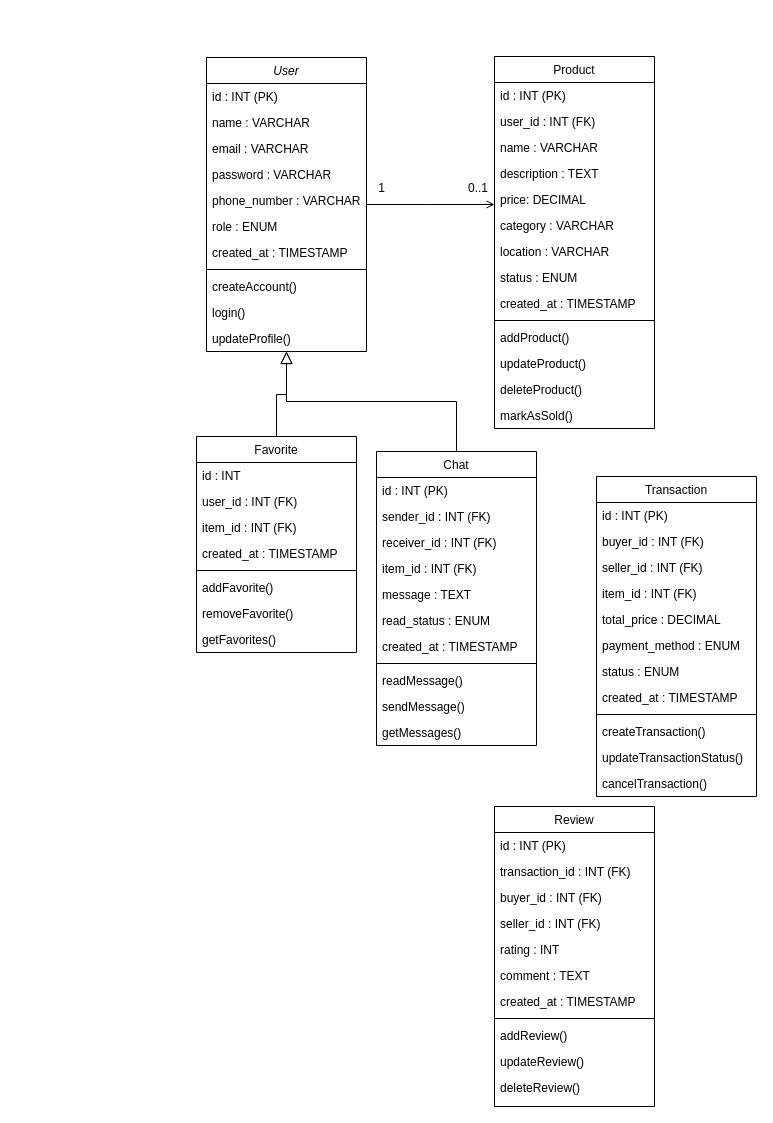
Above: Untitled Diagram.drawio in Al1en131/Note-App (draw.io), before the change. Source tidied: cells renumbered, new cells numbered last; positions are measured from the earlier drawing's top-left corner, leaving out a move shared by most shapes. Both pictures are drawn from the tidied source at 100%, with x=0, y=0 at pixel (196, 56).
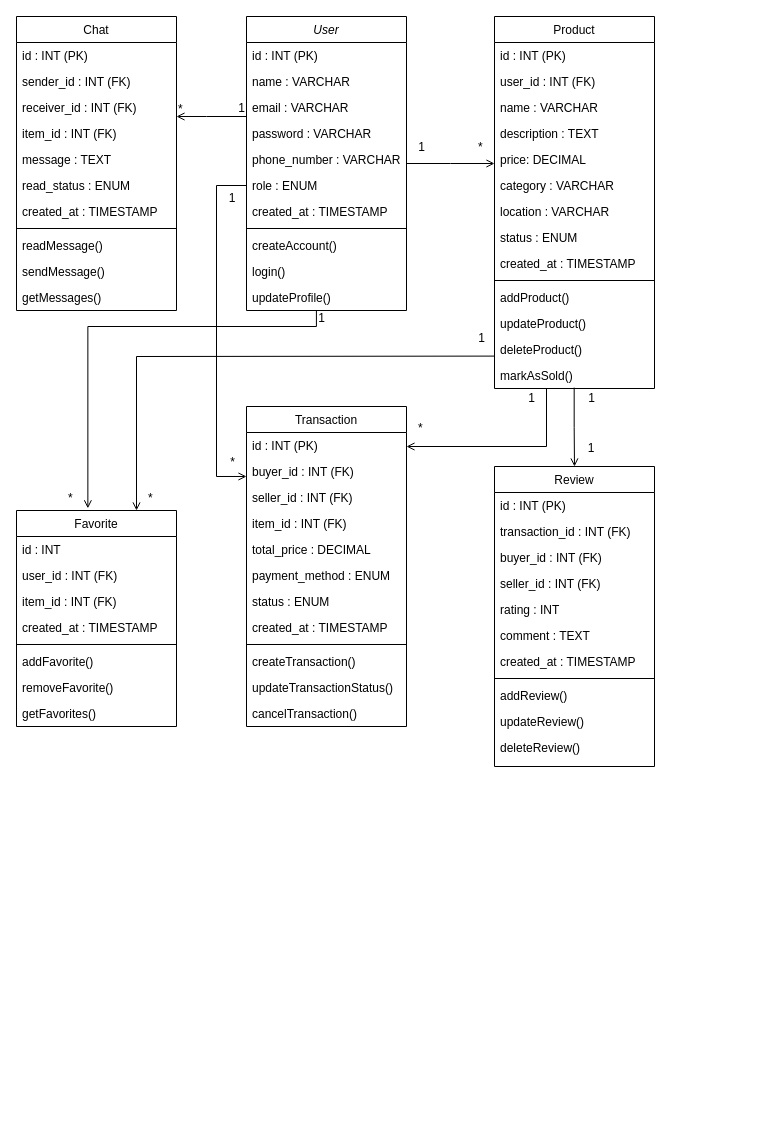
The same page after the edit.

Unchanged cells that the change refers to:
```xml
<mxCell id="8" value="role : ENUM" style="text;align=left;verticalAlign=top;spacingLeft=4;spacingRight=4;overflow=hidden;points=[[0,0.5],[1,0.5]];portConstraint=eastwest;rounded=0;shadow=0;html=0;" parent="2" vertex="1">
  <mxGeometry y="156" width="160" height="26" as="geometry" />
</mxCell>
<mxCell id="13" value="updateProfile()" style="text;align=left;verticalAlign=top;spacingLeft=4;spacingRight=4;overflow=hidden;points=[[0,0.5],[1,0.5]];portConstraint=eastwest;" parent="2" vertex="1">
  <mxGeometry y="268" width="160" height="26" as="geometry" />
</mxCell>
<mxCell id="50" value="deleteProduct()" style="text;align=left;verticalAlign=top;spacingLeft=4;spacingRight=4;overflow=hidden;points=[[0,0.5],[1,0.5]];portConstraint=eastwest;rounded=0;shadow=0;html=0;" parent="37" vertex="1">
  <mxGeometry y="320" width="160" height="26" as="geometry" />
</mxCell>
<mxCell id="51" value="markAsSold()" style="text;align=left;verticalAlign=top;spacingLeft=4;spacingRight=4;overflow=hidden;points=[[0,0.5],[1,0.5]];portConstraint=eastwest;rounded=0;shadow=0;html=0;" parent="37" vertex="1">
  <mxGeometry y="346" width="160" height="26" as="geometry" />
</mxCell>
<mxCell id="52" style="endArrow=open;shadow=0;strokeWidth=1;rounded=0;curved=0;endFill=1;edgeStyle=elbowEdgeStyle;elbow=vertical;" parent="1" edge="1" source="2" target="37">
  <mxGeometry x="0.5" y="41" relative="1" as="geometry">
    <mxPoint x="-40" y="32" as="offset" />
  </mxGeometry>
</mxCell>
<mxCell id="57" value="buyer_id : INT (FK)" style="text;align=left;verticalAlign=top;spacingLeft=4;spacingRight=4;overflow=hidden;points=[[0,0.5],[1,0.5]];portConstraint=eastwest;rounded=0;shadow=0;html=0;" parent="55" vertex="1">
  <mxGeometry y="52" width="160" height="26" as="geometry" />
</mxCell>
```

The edit, as a diff of the source:
```diff
@@
     <mxCell id="2" value="User" style="swimlane;fontStyle=2;align=center;verticalAlign=top;horizontal=1;startSize=26;rounded=0;shadow=0;strokeWidth=1;" parent="1" vertex="1">
-      <mxGeometry x="10" y="1" width="160" height="294" as="geometry" />
+      <mxGeometry x="50" y="-40" width="160" height="294" as="geometry" />
     </mxCell>
@@
     <mxCell id="14" value="Favorite" style="swimlane;fontStyle=0;align=center;verticalAlign=top;horizontal=1;startSize=26;rounded=0;shadow=0;strokeWidth=1;" parent="1" vertex="1">
-      <mxGeometry y="380" width="160" height="216" as="geometry" />
+      <mxGeometry x="-180" y="454" width="160" height="216" as="geometry" />
     </mxCell>
@@
-    <mxCell id="23" style="endArrow=block;endSize=10;endFill=0;shadow=0;strokeWidth=1;rounded=0;curved=0;edgeStyle=elbowEdgeStyle;elbow=vertical;" parent="1" edge="1" source="14" target="2">
-      <mxGeometry relative="1" as="geometry" />
-    </mxCell>
     <mxCell id="24" value="Chat" style="swimlane;fontStyle=0;align=center;verticalAlign=top;horizontal=1;startSize=26;rounded=0;shadow=0;strokeWidth=1;" parent="1" vertex="1">
-      <mxGeometry x="180" y="395" width="160" height="294" as="geometry" />
+      <mxGeometry x="-180" y="-40" width="160" height="294" as="geometry" />
     </mxCell>
@@
-    <mxCell id="36" style="endArrow=block;endSize=10;endFill=0;shadow=0;strokeWidth=1;rounded=0;curved=0;edgeStyle=elbowEdgeStyle;elbow=vertical;" parent="1" edge="1" source="24" target="2">
-      <mxGeometry relative="1" as="geometry" />
-    </mxCell>
     <mxCell id="37" value="Product" style="swimlane;fontStyle=0;align=center;verticalAlign=top;horizontal=1;startSize=26;rounded=0;shadow=0;strokeWidth=1;" parent="1" vertex="1">
-      <mxGeometry x="298" width="160" height="372" as="geometry" />
+      <mxGeometry x="298" y="-40" width="160" height="372" as="geometry" />
     </mxCell>
@@
-    <mxCell id="53" value="0..1" style="align=left;verticalAlign=bottom;labelBackgroundColor=none;fontSize=12;" parent="52" vertex="1">
+    <mxCell id="53" value="*" style="align=left;verticalAlign=bottom;labelBackgroundColor=none;fontSize=12;" parent="52" vertex="1">
       <mxGeometry x="-1" relative="1" as="geometry">
-        <mxPoint x="100" y="-8" as="offset" />
+        <mxPoint x="70" y="-8" as="offset" />
       </mxGeometry>
     </mxCell>
     <mxCell id="54" value="1" style="align=right;verticalAlign=bottom;labelBackgroundColor=none;fontSize=12;" parent="52" vertex="1">
       <mxGeometry x="1" relative="1" as="geometry">
-        <mxPoint x="-108" y="-8" as="offset" />
+        <mxPoint x="-68" y="-8" as="offset" />
       </mxGeometry>
     </mxCell>
     <mxCell id="55" value="Transaction" style="swimlane;fontStyle=0;align=center;verticalAlign=top;horizontal=1;startSize=26;rounded=0;shadow=0;strokeWidth=1;" parent="1" vertex="1">
-      <mxGeometry x="400" y="420" width="160" height="320" as="geometry" />
+      <mxGeometry x="50" y="350" width="160" height="320" as="geometry" />
     </mxCell>
@@
     <mxCell id="68" value="Review" style="swimlane;fontStyle=0;align=center;verticalAlign=top;horizontal=1;startSize=26;rounded=0;shadow=0;strokeWidth=1;" parent="1" vertex="1">
-      <mxGeometry x="298" y="750" width="160" height="300" as="geometry" />
+      <mxGeometry x="298" y="410" width="160" height="300" as="geometry" />
     </mxCell>
@@
+    <mxCell id="80" style="endArrow=open;shadow=0;strokeWidth=1;rounded=0;curved=0;endFill=1;edgeStyle=elbowEdgeStyle;elbow=vertical;exitX=0;exitY=0.5;exitDx=0;exitDy=0;entryX=0;entryY=0.692;entryDx=0;entryDy=0;entryPerimeter=0;" parent="1" edge="1" source="8" target="57">
+      <mxGeometry x="0.5" y="41" relative="1" as="geometry">
+        <Array as="points">
+          <mxPoint x="20" y="420" />
+        </Array>
+        <mxPoint x="-40" y="32" as="offset" />
+      </mxGeometry>
+    </mxCell>
+    <mxCell id="81" value="*" style="align=left;verticalAlign=bottom;labelBackgroundColor=none;fontSize=12;" parent="80" vertex="1">
+      <mxGeometry x="-1" relative="1" as="geometry">
+        <mxPoint x="-180" y="321" as="offset" />
+      </mxGeometry>
+    </mxCell>
+    <mxCell id="82" value="1" style="align=right;verticalAlign=bottom;labelBackgroundColor=none;fontSize=12;" parent="80" vertex="1">
+      <mxGeometry x="1" relative="1" as="geometry">
+        <mxPoint x="80" y="-150" as="offset" />
+      </mxGeometry>
+    </mxCell>
+    <mxCell id="83" style="endArrow=open;shadow=0;strokeWidth=1;rounded=0;curved=0;endFill=1;edgeStyle=elbowEdgeStyle;elbow=vertical;exitX=0;exitY=0.5;exitDx=0;exitDy=0;" parent="1" edge="1">
+      <mxGeometry x="0.5" y="41" relative="1" as="geometry">
+        <mxPoint x="350" y="332" as="sourcePoint" />
+        <mxPoint x="210" y="390" as="targetPoint" />
+        <Array as="points">
+          <mxPoint x="350" y="390" />
+        </Array>
+        <mxPoint x="-40" y="32" as="offset" />
+      </mxGeometry>
+    </mxCell>
+    <mxCell id="84" value="*" style="align=left;verticalAlign=bottom;labelBackgroundColor=none;fontSize=12;" parent="83" vertex="1">
+      <mxGeometry x="-1" relative="1" as="geometry">
+        <mxPoint x="-130" y="48" as="offset" />
+      </mxGeometry>
+    </mxCell>
+    <mxCell id="85" value="1" style="align=right;verticalAlign=bottom;labelBackgroundColor=none;fontSize=12;" parent="83" vertex="1">
+      <mxGeometry x="1" relative="1" as="geometry">
+        <mxPoint x="130" y="-40" as="offset" />
+      </mxGeometry>
+    </mxCell>
+    <mxCell id="86" style="endArrow=open;shadow=0;strokeWidth=1;rounded=0;curved=0;endFill=1;edgeStyle=elbowEdgeStyle;elbow=vertical;entryX=0.5;entryY=0;entryDx=0;entryDy=0;exitX=0.498;exitY=0.967;exitDx=0;exitDy=0;exitPerimeter=0;" parent="1" edge="1" source="51" target="68">
+      <mxGeometry x="0.5" y="41" relative="1" as="geometry">
+        <mxPoint x="-40" y="32" as="offset" />
+      </mxGeometry>
+    </mxCell>
+    <mxCell id="87" value="1" style="align=left;verticalAlign=bottom;labelBackgroundColor=none;fontSize=12;" parent="86" vertex="1">
+      <mxGeometry x="-1" relative="1" as="geometry">
+        <mxPoint x="12" y="69" as="offset" />
+      </mxGeometry>
+    </mxCell>
+    <mxCell id="88" value="1" style="align=right;verticalAlign=bottom;labelBackgroundColor=none;fontSize=12;" parent="86" vertex="1">
+      <mxGeometry x="1" relative="1" as="geometry">
+        <mxPoint x="22" y="-60" as="offset" />
+      </mxGeometry>
+    </mxCell>
+    <mxCell id="89" style="endArrow=open;shadow=0;strokeWidth=1;rounded=0;curved=0;endFill=1;edgeStyle=elbowEdgeStyle;elbow=vertical;" parent="1" edge="1">
+      <mxGeometry x="0.5" y="41" relative="1" as="geometry">
+        <mxPoint x="50" y="60" as="sourcePoint" />
+        <mxPoint x="-20" y="60" as="targetPoint" />
+        <Array as="points">
+          <mxPoint x="10" y="60" />
+        </Array>
+        <mxPoint x="-40" y="32" as="offset" />
+      </mxGeometry>
+    </mxCell>
+    <mxCell id="90" value="*" style="align=left;verticalAlign=bottom;labelBackgroundColor=none;fontSize=12;" parent="89" vertex="1">
+      <mxGeometry x="-1" relative="1" as="geometry">
+        <mxPoint x="-70" y="1" as="offset" />
+      </mxGeometry>
+    </mxCell>
+    <mxCell id="91" value="1" style="align=right;verticalAlign=bottom;labelBackgroundColor=none;fontSize=12;" parent="89" vertex="1">
+      <mxGeometry x="1" relative="1" as="geometry">
+        <mxPoint x="70" as="offset" />
+      </mxGeometry>
+    </mxCell>
+    <mxCell id="92" style="endArrow=open;shadow=0;strokeWidth=1;rounded=0;curved=0;endFill=1;edgeStyle=elbowEdgeStyle;elbow=vertical;entryX=0.446;entryY=-0.01;entryDx=0;entryDy=0;entryPerimeter=0;exitX=0.437;exitY=0.984;exitDx=0;exitDy=0;exitPerimeter=0;" parent="1" edge="1" source="13" target="14">
+      <mxGeometry x="0.5" y="41" relative="1" as="geometry">
+        <Array as="points">
+          <mxPoint x="-30" y="270" />
+          <mxPoint x="-40" y="140" />
+        </Array>
+        <mxPoint x="-40" y="32" as="offset" />
+      </mxGeometry>
+    </mxCell>
+    <mxCell id="93" value="*" style="align=left;verticalAlign=bottom;labelBackgroundColor=none;fontSize=12;" parent="92" vertex="1">
+      <mxGeometry x="-1" relative="1" as="geometry">
+        <mxPoint x="-170" y="196" as="offset" />
+      </mxGeometry>
+    </mxCell>
+    <mxCell id="94" value="1" style="align=right;verticalAlign=bottom;labelBackgroundColor=none;fontSize=12;" parent="92" vertex="1">
+      <mxGeometry x="1" relative="1" as="geometry">
+        <mxPoint x="149" y="-302" as="offset" />
+      </mxGeometry>
+    </mxCell>
+    <mxCell id="95" style="endArrow=open;shadow=0;strokeWidth=1;rounded=0;curved=0;endFill=1;edgeStyle=elbowEdgeStyle;elbow=vertical;entryX=0.75;entryY=0;entryDx=0;entryDy=0;entryPerimeter=0;exitX=-0.001;exitY=0.754;exitDx=0;exitDy=0;exitPerimeter=0;" parent="1" edge="1" source="50" target="14">
+      <mxGeometry x="0.5" y="41" relative="1" as="geometry">
+        <Array as="points">
+          <mxPoint x="110" y="300" />
+        </Array>
+        <mxPoint x="-40" y="32" as="offset" />
+      </mxGeometry>
+    </mxCell>
+    <mxCell id="96" value="1" style="align=left;verticalAlign=bottom;labelBackgroundColor=none;fontSize=12;" parent="95" vertex="1">
+      <mxGeometry x="-1" relative="1" as="geometry">
+        <mxPoint x="-18" y="-10" as="offset" />
+      </mxGeometry>
+    </mxCell>
+    <mxCell id="97" value="*" style="align=right;verticalAlign=bottom;labelBackgroundColor=none;fontSize=12;" parent="95" vertex="1">
+      <mxGeometry x="1" relative="1" as="geometry">
+        <mxPoint x="100" y="-40" as="offset" />
+      </mxGeometry>
+    </mxCell>
```
